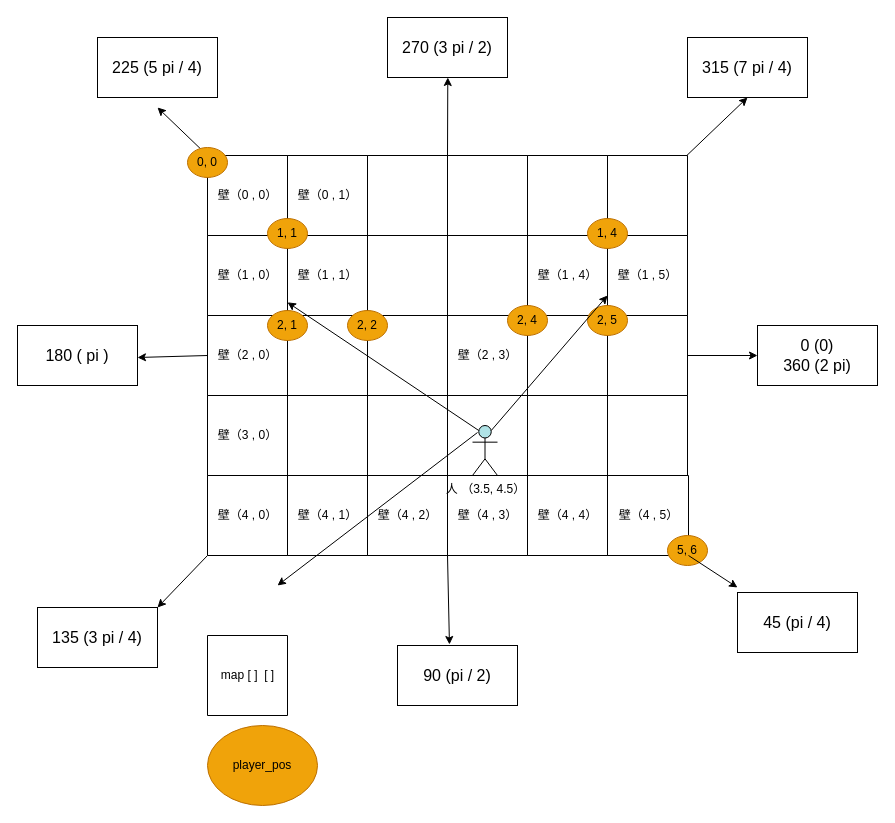
Earlier version of the draw.io diagram page "ページ2" (2 of 2) of cub3d.drawio (shmorish/cub3d). Source tidied: cells renumbered, new cells numbered last; positions are measured from the earlier drawing's top-left corner, leaving out a move shared by most shapes. Both pictures are drawn from the tidied source at 100%, with x=0, y=0 at pixel (17, 17).
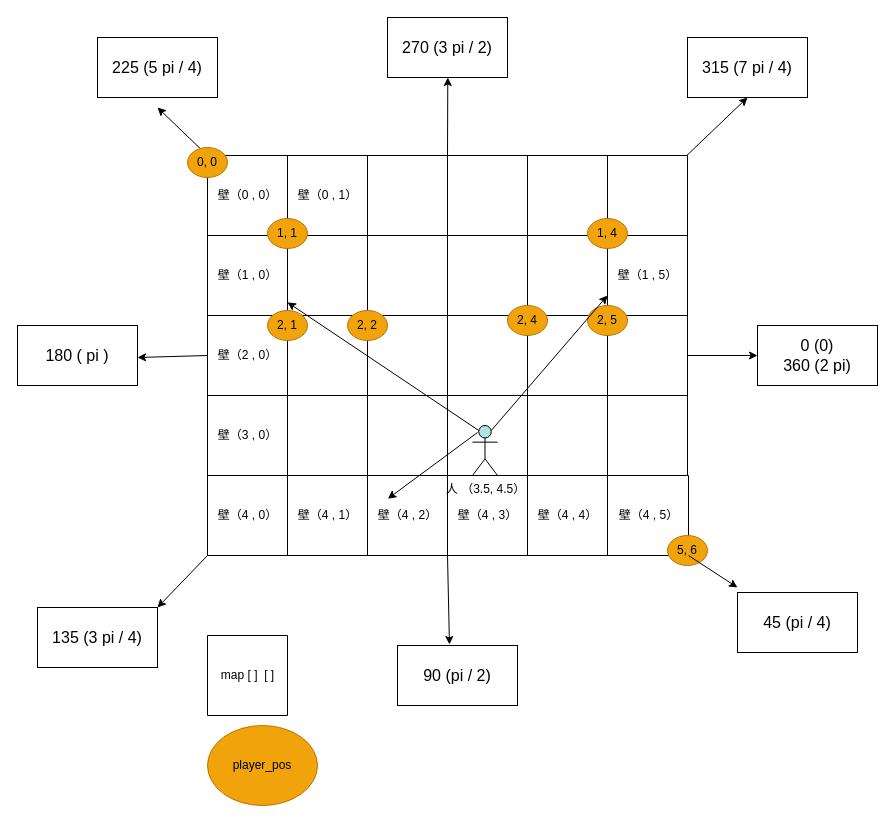
The same diagram, later.

The change refers to these unchanged cells:
```xml
<mxCell id="2" style="swimlane;startSize=0;" parent="1" vertex="1">
  <mxGeometry x="430" y="298" width="80" height="80" as="geometry" />
</mxCell>
<mxCell id="5" style="swimlane;startSize=0;" parent="1" vertex="1">
  <mxGeometry x="510" y="218" width="80" height="80" as="geometry" />
</mxCell>
<mxCell id="47" value="壁（4 , 2）" style="text;html=1;align=center;verticalAlign=middle;points=[];strokeColor=none;fillColor=none;" parent="46" vertex="1">
  <mxGeometry x="-80" y="25" width="80" height="30" as="geometry" />
</mxCell>
```

What changed in the source:
```diff
@@
-    <mxCell id="4" value="壁（2 , 3）" style="text;html=1;align=center;verticalAlign=middle;strokeColor=none;fillColor=none;" parent="2" vertex="1">
-      <mxGeometry y="25" width="80" height="30" as="geometry" />
-    </mxCell>
@@
-    <mxCell id="6" value="壁（1 , 4）" style="text;html=1;align=center;verticalAlign=middle;strokeColor=none;fillColor=none;" parent="5" vertex="1">
-      <mxGeometry y="25" width="80" height="30" as="geometry" />
-    </mxCell>
@@
-    <mxCell id="56" style="edgeStyle=none;html=1;" parent="1" edge="1">
+    <mxCell id="56" style="edgeStyle=none;html=1;entryX=0.254;entryY=-0.058;entryDx=0;entryDy=0;entryPerimeter=0;" parent="1" edge="1" target="47">
       <mxGeometry relative="1" as="geometry">
         <mxPoint x="460" y="415" as="sourcePoint" />
-        <mxPoint x="260" y="568" as="targetPoint" />
       </mxGeometry>
     </mxCell>
-    <mxCell id="57" value="壁（1 , 1）" style="text;html=1;align=center;verticalAlign=middle;strokeColor=none;fillColor=none;" parent="1" vertex="1">
-      <mxGeometry x="270" y="243" width="80" height="30" as="geometry" />
-    </mxCell>
```
